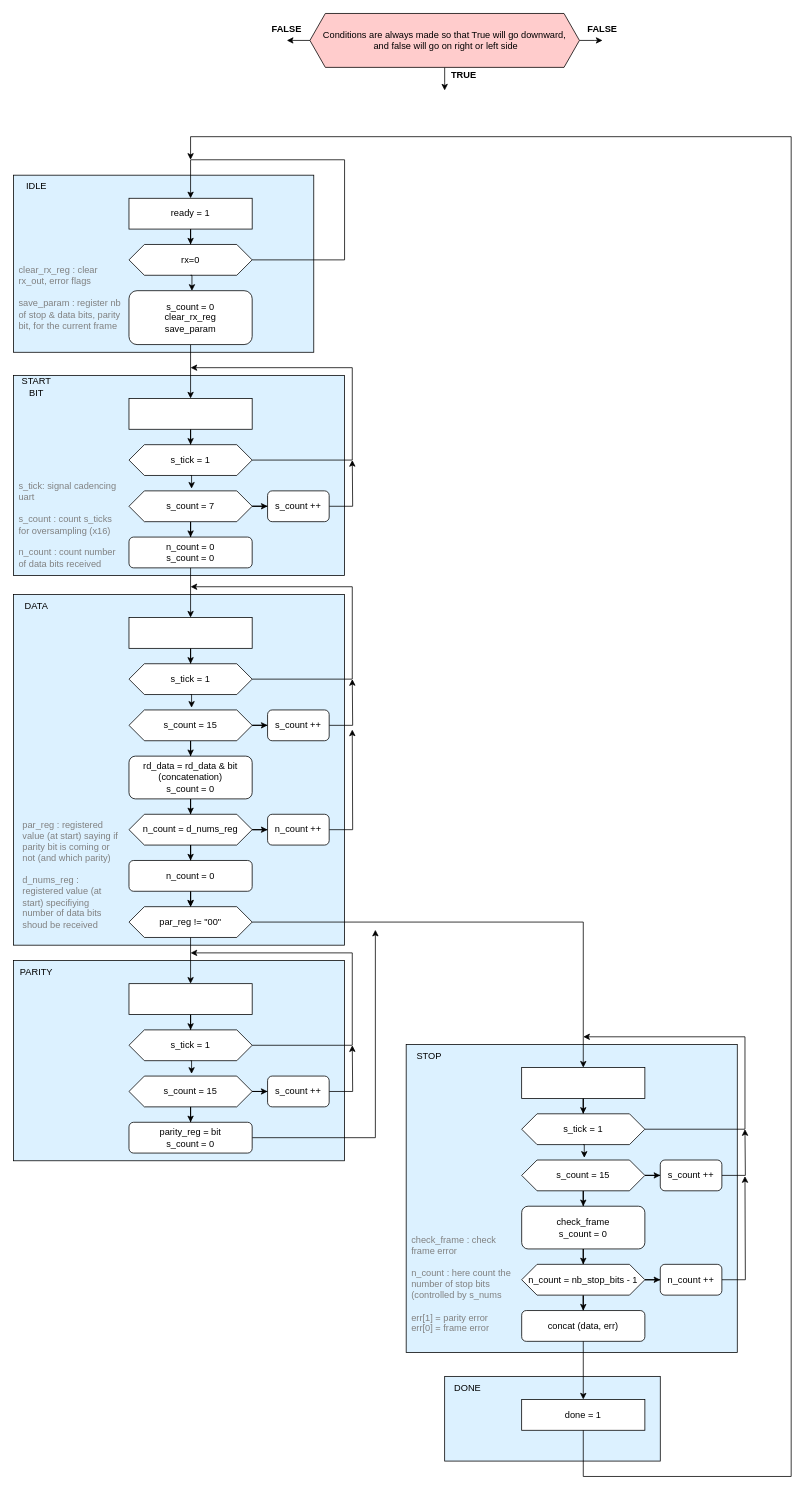
Before: doc/UART/uart_dynamic_FSMD.drawio in hacktivist25/PongCHu_FPGA_Designs, a draw.io diagram. Source tidied: cells renumbered, new cells numbered last; positions are measured from the earlier drawing's top-left corner, leaving out a move shared by most shapes. Both pictures are drawn from the tidied source at 77%, with x=0, y=0 at pixel (13, 13).
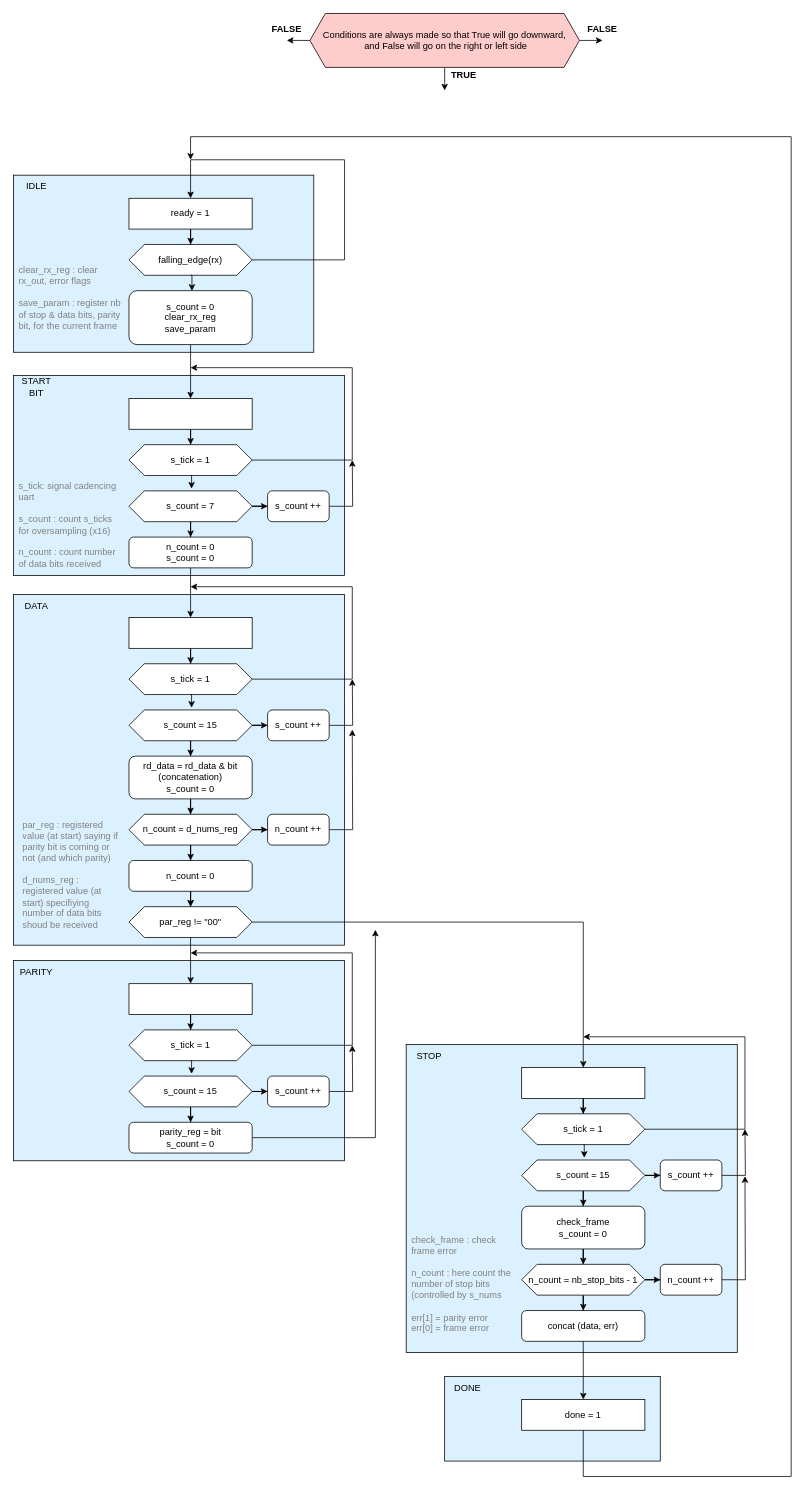
Above is the later version.

Commit message:
DOC : UART : CORRECTED FSMD chart (rx_in = 0 to rx_negedge in idle state)

Change to the diagram source:
```diff
@@
-    <mxCell id="7" value="rx=0" style="shape=hexagon;perimeter=hexagonPerimeter2;whiteSpace=wrap;html=1;fixedSize=1;" parent="1" vertex="1">
+    <mxCell id="7" value="falling_edge(rx)" style="shape=hexagon;perimeter=hexagonPerimeter2;whiteSpace=wrap;html=1;fixedSize=1;" parent="1" vertex="1">
       <mxGeometry x="150" y="300" width="160" height="40" as="geometry" />
     </mxCell>
@@
-    <mxCell id="22" value="Conditions are always made so that True will go downward,&lt;br&gt;&amp;nbsp;and false will go on right or left side" style="shape=hexagon;perimeter=hexagonPerimeter2;whiteSpace=wrap;html=1;fixedSize=1;fillColor=#FFCCCC;" parent="1" vertex="1">
+    <mxCell id="22" value="Conditions are always made so that True will go downward,&lt;br&gt;&amp;nbsp;and False will go on the right or left side" style="shape=hexagon;perimeter=hexagonPerimeter2;whiteSpace=wrap;html=1;fixedSize=1;fillColor=#FFCCCC;" parent="1" vertex="1">
       <mxGeometry x="385" width="350" height="70" as="geometry" />
     </mxCell>
```
